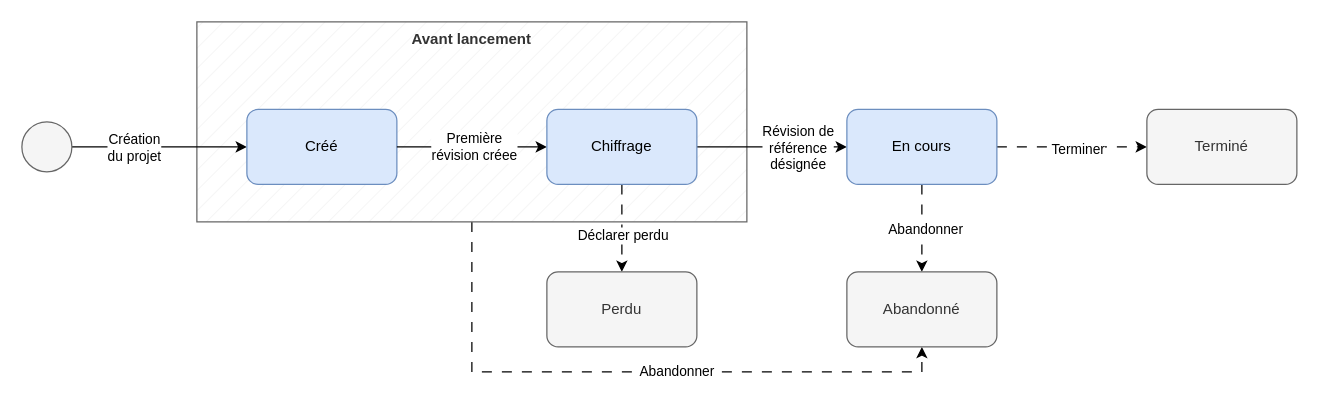
waterfall-project/wf-project keeps this draw.io diagram as page "Cycle de vie projet" (9 of 11) of docs/spec/waterfall.visuels.drawio. Above is the earlier version. Source tidied: cells renumbered, new cells numbered last; positions are measured from the earlier drawing's top-left corner, leaving out a move shared by most shapes. Both pictures are drawn from the tidied source at 125%, with x=0, y=0 at pixel (21, 21).
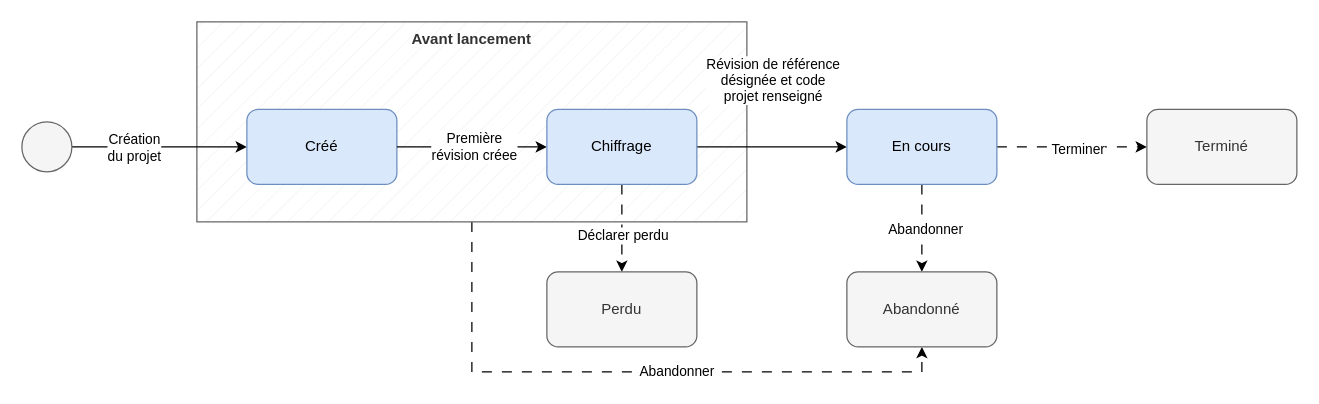
The same diagram, later.

Unchanged cells that the change refers to:
```xml
<mxCell id="11" style="edgeStyle=orthogonalEdgeStyle;rounded=0;jettySize=auto;html=1;exitX=1;exitY=0.5;exitDx=0;exitDy=0;" parent="1" edge="1" source="15" target="20">
  <mxGeometry relative="1" as="geometry" />
</mxCell>
```

Diff of the diagram source:
```diff
@@
-    <mxCell id="12" value="Révision de&lt;div&gt;référence&lt;/div&gt;&lt;div&gt;désignée&lt;/div&gt;" style="edgeLabel;html=1;align=center;verticalAlign=middle;" parent="11" vertex="1">
+    <mxCell id="12" value="Révision de référence&lt;div&gt;désignée et code&lt;/div&gt;&lt;div&gt;projet renseigné&lt;/div&gt;" style="edgeLabel;html=1;align=center;verticalAlign=middle;" parent="11" vertex="1">
       <mxGeometry x="-0.07" y="2" relative="1" as="geometry">
-        <mxPoint x="24" y="2" as="offset" />
+        <mxPoint x="4" y="-52" as="offset" />
       </mxGeometry>
     </mxCell>
```
